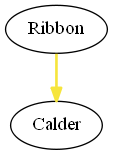
The Graphviz diagram test.png in piearty/The-Veil-map, before a commit. Its source is kept beside it as test.dot.
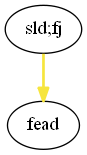
The same file after the commit.

Diff of the diagram source:
```diff
@@ -1,14 +1,4 @@
 digraph {
-	graph [bb="0,0,76.693,108"];
+	graph [bb="0,0,0,0"];
 	node [label="\N"];
-	Ribbon	 [height=0.5,
-		pos="38.347,90",
-		width=1.0652];
-	Calder	 [height=0.5,
-		pos="38.347,18",
-		width=0.95686];
-	Ribbon -> Calder [key=0,
-	color="#f6e53d",
-	pos="e,38.347,36.104 38.347,71.697 38.347,63.983 38.347,54.712 38.347,46.112",
-	style=bold];
 }
```
